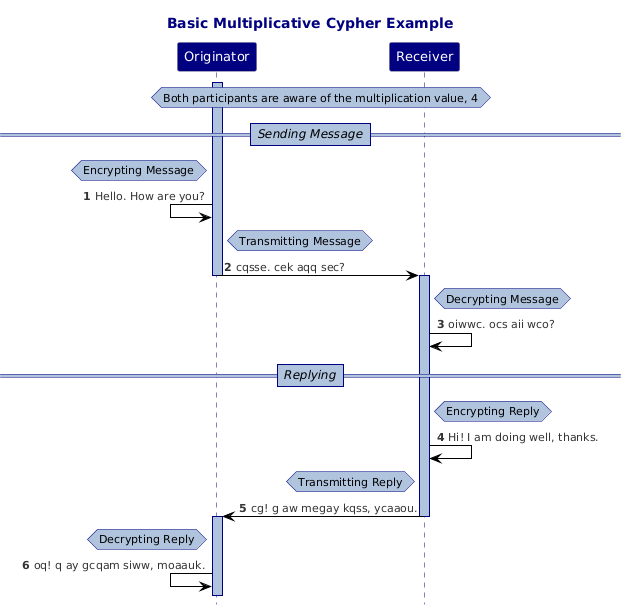
Above: GeneratingDiagrams/Diagrams/BasicMultiplicativeCypherSequence.png in jbarbourmoore/Cryptography-Exploration (PlantUML), before the change. The source it was exported from:
```plantuml
@startuml
!theme reddress-lightblue
hide footbox
title "Basic Multiplicative Cypher Example"
autonumber
skinparam maxMessageSize 300
skinparam NoteBackgroundColor LightSteelBlue
skinparam NoteBorderColor Navy
skinparam ParticipantBackgroundColor Navy
skinparam ParticipantFontColor White
skinparam ParticipantFontSize 13
skinparam TitleFontColor Navy
skinparam SequenceLifeLineBorderColor Navy
skinparam SequenceLifeLineBackgroundColor LightSteelBlue
skinparam SequenceDividerBorderThickness 1
skinparam SequenceDividerBorderColor Navy
skinparam SequenceDividerBackgroundColor LightSteelBlue
skinparam SequenceDividerFontSize 12
skinparam SequenceDividerFontStyle Italic
Participant "Originator"
Participant "Receiver"
hnote across : Both participants are aware of the multiplication value, 4
==Sending Message==
Activate Originator
hnote left of Originator: Encrypting Message
"Originator"<-"Originator": Hello. How are you?
hnote right of Originator: Transmitting Message
"Originator"->"Receiver": cqsse. cek aqq sec?
Deactivate Originator
Activate Receiver
hnote right of Receiver: Decrypting Message
"Receiver"->"Receiver": oiwwc. ocs aii wco?
==Replying==
hnote right of Receiver: Encrypting Reply
"Receiver"->"Receiver": Hi! I am doing well, thanks.
hnote left of Receiver: Transmitting Reply
"Receiver"->"Originator": cg! g aw megay kqss, ycaaou.
Deactivate Receiver
Activate Originator
hnote left of Originator: Decrypting Reply
"Originator"<-"Originator": oq! q ay gcqam siww, moaauk.
@enduml
```
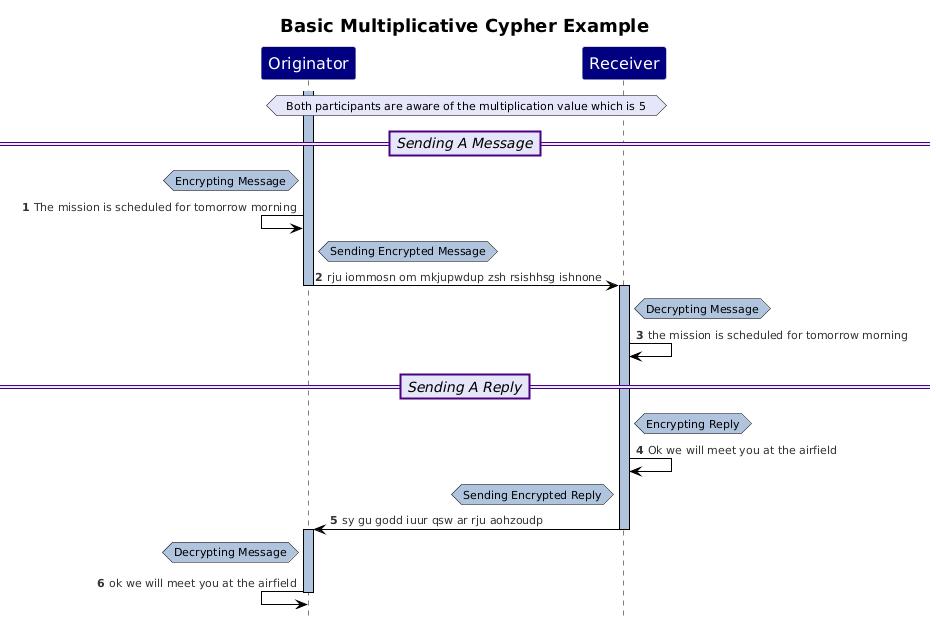
Later version of the same file.

Commit message:
Updated multiplicative cypher diagram

The edit, as a diff of the source:
```diff
@@ -5,38 +5,39 @@
 autonumber
 skinparam maxMessageSize 300
 skinparam NoteBackgroundColor LightSteelBlue
-skinparam NoteBorderColor Navy
+skinparam NoteBorderColor Black
 skinparam ParticipantBackgroundColor Navy
 skinparam ParticipantFontColor White
-skinparam ParticipantFontSize 13
-skinparam TitleFontColor Navy
-skinparam SequenceLifeLineBorderColor Navy
+skinparam ParticipantFontSize 16
+skinparam TitleFontSize 18
+skinparam SequenceLifeLineBorderColor Black
 skinparam SequenceLifeLineBackgroundColor LightSteelBlue
-skinparam SequenceDividerBorderThickness 1
-skinparam SequenceDividerBorderColor Navy
-skinparam SequenceDividerBackgroundColor LightSteelBlue
-skinparam SequenceDividerFontSize 12
+skinparam SequenceDividerBorderThickness 2
+skinparam SequenceDividerBorderColor Indigo
+skinparam SequenceDividerBackgroundColor Lavender
+skinparam SequenceDividerFontSize 14
 skinparam SequenceDividerFontStyle Italic
 Participant "Originator"
 Participant "Receiver"
-hnote across : Both participants are aware of the multiplication value, 4
-==Sending Message==
-Activate Originator
-hnote left of Originator: Encrypting Message
-"Originator"<-"Originator": Hello. How are you?
-hnote right of Originator: Transmitting Message
-"Originator"->"Receiver": cqsse. cek aqq sec?
-Deactivate Originator
-Activate Receiver
-hnote right of Receiver: Decrypting Message
-"Receiver"->"Receiver": oiwwc. ocs aii wco?
-==Replying==
-hnote right of Receiver: Encrypting Reply
-"Receiver"->"Receiver": Hi! I am doing well, thanks.
-hnote left of Receiver: Transmitting Reply
-"Receiver"->"Originator": cg! g aw megay kqss, ycaaou.
-Deactivate Receiver
-Activate Originator
-hnote left of Originator: Decrypting Reply
-"Originator"<-"Originator": oq! q ay gcqam siww, moaauk.
+hnote across  #Lavender: Both participants are aware of the multiplication value which is 5
+==Sending A Message==
+Activate "Originator"
+hnote left of "Originator" : Encrypting Message
+"Originator"<-"Originator": The mission is scheduled for tomorrow morning
+hnote right of "Originator" : Sending Encrypted Message
+"Originator"->"Receiver": rju iommosn om mkjupwdup zsh rsishhsg ishnone
+Deactivate "Originator"
+Activate "Receiver"
+hnote right of "Receiver" : Decrypting Message
+"Receiver"->"Receiver": the mission is scheduled for tomorrow morning
+==Sending A Reply==
+hnote right of "Receiver" : Encrypting Reply
+"Receiver"->"Receiver": Ok we will meet you at the airfield
+hnote left of "Receiver" : Sending Encrypted Reply
+"Receiver"->"Originator": sy gu godd iuur qsw ar rju aohzoudp
+Deactivate "Receiver"
+Activate "Originator"
+hnote left of "Originator" : Decrypting Message
+"Originator"<-"Originator": ok we will meet you at the airfield
+Deactivate "Originator"
 @enduml
```
